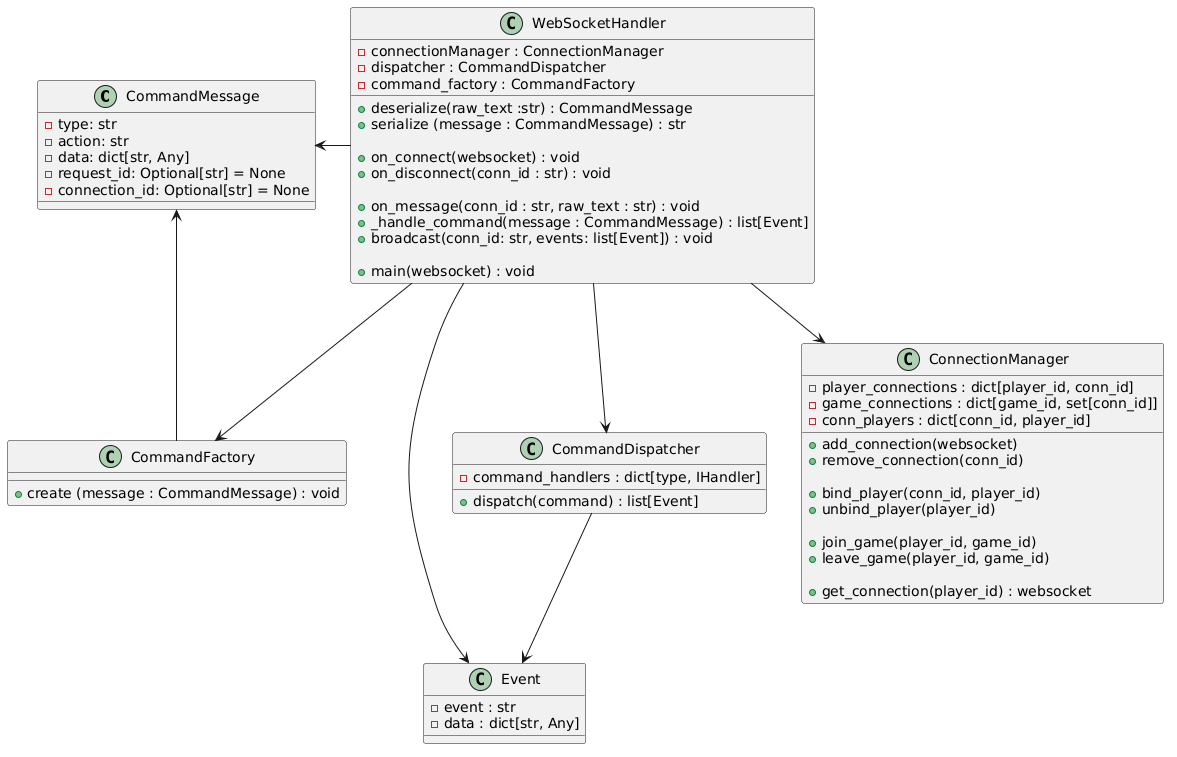
Before: figures/presentation.png, a diagram exported from PlantUML (gabbosanti/distributed-hanabi-template). Source of this version:
```plantuml
@startuml
class CommandMessage {
    -type: str
    -action: str
    -data: dict[str, Any]
    -request_id: Optional[str] = None
    -connection_id: Optional[str] = None
}

class Event {
    - event : str
    - data : dict[str, Any]
}


class CommandFactory {
    + create (message : CommandMessage) : void
}

class CommandDispatcher {
    - command_handlers : dict[type, IHandler]

    + dispatch(command) : list[Event]
}

class WebSocketHandler {

- connectionManager : ConnectionManager
- dispatcher : CommandDispatcher
- command_factory : CommandFactory

+ deserialize(raw_text :str) : CommandMessage
+ serialize (message : CommandMessage) : str

+ on_connect(websocket) : void
+ on_disconnect(conn_id : str) : void

+ on_message(conn_id : str, raw_text : str) : void
+ _handle_command(message : CommandMessage) : list[Event]
+ broadcast(conn_id: str, events: list[Event]) : void

+ main(websocket) : void

}


class ConnectionManager {

- player_connections : dict[player_id, conn_id]
- game_connections : dict[game_id, set[conn_id]]
- conn_players : dict[conn_id, player_id]

+ add_connection(websocket)
+ remove_connection(conn_id)

+ bind_player(conn_id, player_id)
+ unbind_player(player_id)

+ join_game(player_id, game_id)
+ leave_game(player_id, game_id)

+ get_connection(player_id) : websocket

}

WebSocketHandler --> ConnectionManager
WebSocketHandler --> CommandDispatcher
WebSocketHandler --> CommandFactory


WebSocketHandler -left-> CommandMessage
CommandFactory -up-> CommandMessage


WebSocketHandler --> Event
CommandDispatcher --> Event
@enduml
```
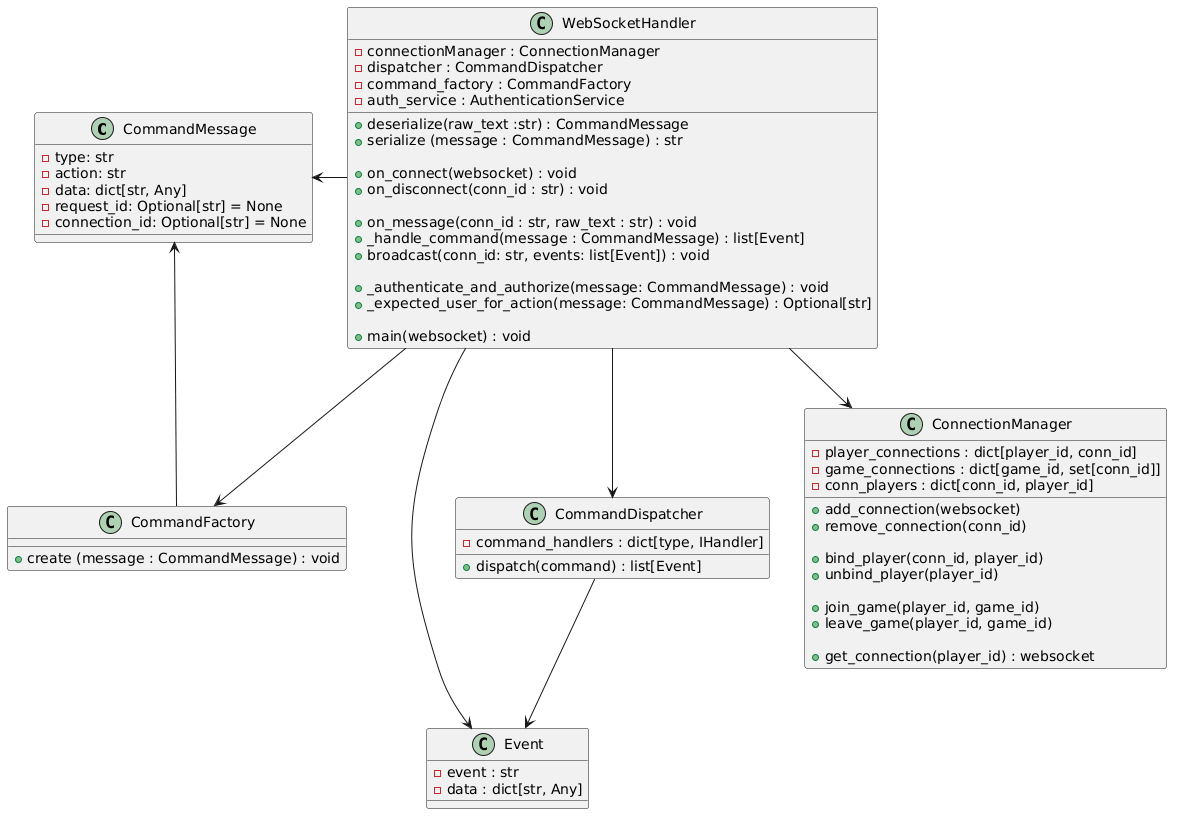
The same diagram one commit later.

Commit message:
Updated UML class diagrams with authentication and authorization mechanism.

What changed in the source:
```diff
@@ -28,6 +28,7 @@
 - connectionManager : ConnectionManager
 - dispatcher : CommandDispatcher
 - command_factory : CommandFactory
+- auth_service : AuthenticationService
 
 + deserialize(raw_text :str) : CommandMessage
 + serialize (message : CommandMessage) : str
@@ -38,6 +39,9 @@
 + on_message(conn_id : str, raw_text : str) : void
 + _handle_command(message : CommandMessage) : list[Event]
 + broadcast(conn_id: str, events: list[Event]) : void
+
++ _authenticate_and_authorize(message: CommandMessage) : void
++ _expected_user_for_action(message: CommandMessage) : Optional[str]
 
 + main(websocket) : void
 
```
